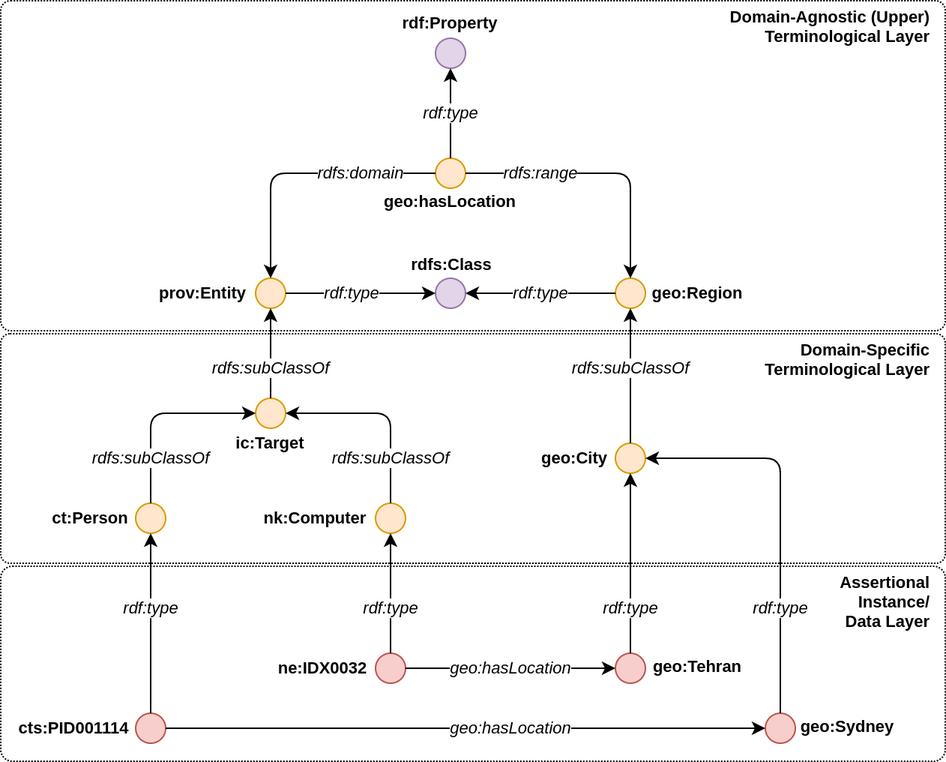
Above: sem_network_v0.png in 0xcfe4f1/dev (draw.io), before the change. Source tidied: cells renumbered, new cells last; positions are measured from the earlier drawing's top-left corner, leaving out a move shared by most shapes.
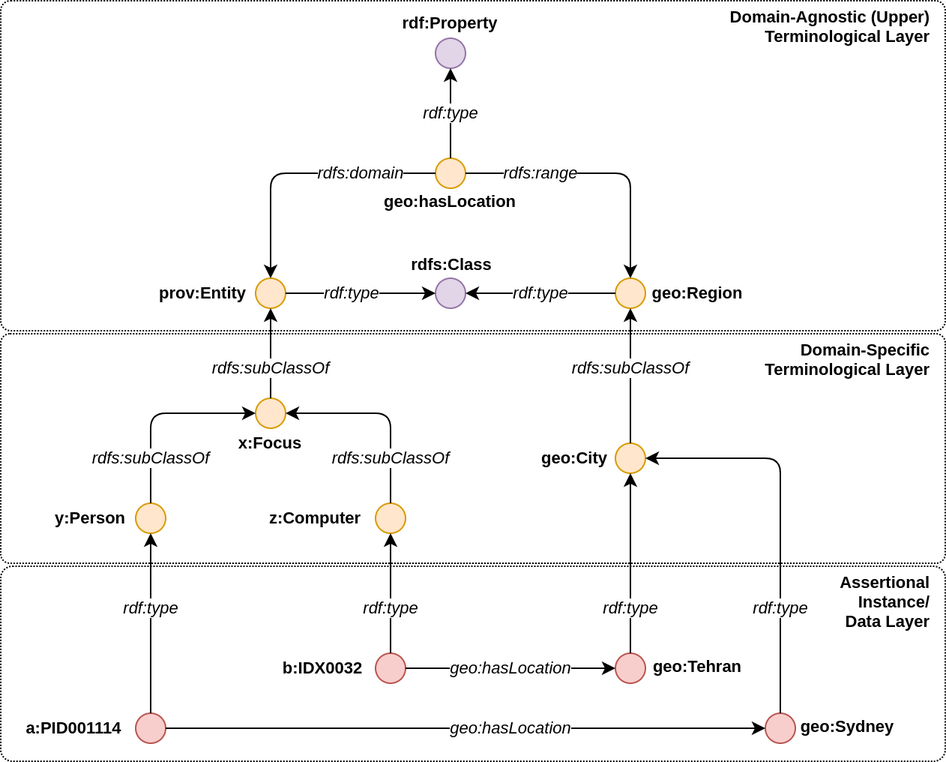
Later version of the same file.

Change to the diagram source:
```diff
@@ -141,19 +141,19 @@
     <mxCell id="39" value="prov:Entity" style="text;html=1;strokeColor=none;fillColor=none;align=center;verticalAlign=middle;whiteSpace=wrap;rounded=0;fontSize=11;fontStyle=1;" parent="1" vertex="1">
       <mxGeometry x="100" y="185" width="70" height="20" as="geometry" />
     </mxCell>
-    <mxCell id="40" value="ic:Target" style="text;html=1;strokeColor=none;fillColor=none;align=center;verticalAlign=middle;whiteSpace=wrap;rounded=0;fontSize=11;fontStyle=1;" parent="1" vertex="1">
+    <mxCell id="40" value="x:Focus" style="text;html=1;strokeColor=none;fillColor=none;align=center;verticalAlign=middle;whiteSpace=wrap;rounded=0;fontSize=11;fontStyle=1;" parent="1" vertex="1">
       <mxGeometry x="145" y="285" width="70" height="20" as="geometry" />
     </mxCell>
-    <mxCell id="41" value="ct:Person" style="text;html=1;strokeColor=none;fillColor=none;align=center;verticalAlign=middle;whiteSpace=wrap;rounded=0;fontSize=11;fontStyle=1;" parent="1" vertex="1">
+    <mxCell id="41" value="y:Person" style="text;html=1;strokeColor=none;fillColor=none;align=center;verticalAlign=middle;whiteSpace=wrap;rounded=0;fontSize=11;fontStyle=1;" parent="1" vertex="1">
       <mxGeometry x="30" y="335" width="60" height="20" as="geometry" />
     </mxCell>
-    <mxCell id="42" value="nk:Computer" style="text;html=1;strokeColor=none;fillColor=none;align=center;verticalAlign=middle;whiteSpace=wrap;rounded=0;fontSize=11;fontStyle=1;" parent="1" vertex="1">
+    <mxCell id="42" value="z:Computer" style="text;html=1;strokeColor=none;fillColor=none;align=center;verticalAlign=middle;whiteSpace=wrap;rounded=0;fontSize=11;fontStyle=1;" parent="1" vertex="1">
       <mxGeometry x="170" y="335" width="80" height="20" as="geometry" />
     </mxCell>
-    <mxCell id="43" value="cts:PID001114" style="text;html=1;strokeColor=none;fillColor=none;align=center;verticalAlign=middle;whiteSpace=wrap;rounded=0;fontSize=11;fontStyle=1;" parent="1" vertex="1">
+    <mxCell id="43" value="a:PID001114" style="text;html=1;strokeColor=none;fillColor=none;align=center;verticalAlign=middle;whiteSpace=wrap;rounded=0;fontSize=11;fontStyle=1;" parent="1" vertex="1">
       <mxGeometry x="9" y="475" width="80" height="20" as="geometry" />
     </mxCell>
-    <mxCell id="44" value="ne:IDX0032" style="text;html=1;strokeColor=none;fillColor=none;align=center;verticalAlign=middle;whiteSpace=wrap;rounded=0;fontSize=11;fontStyle=1;" parent="1" vertex="1">
+    <mxCell id="44" value="b:IDX0032" style="text;html=1;strokeColor=none;fillColor=none;align=center;verticalAlign=middle;whiteSpace=wrap;rounded=0;fontSize=11;fontStyle=1;" parent="1" vertex="1">
       <mxGeometry x="180" y="435" width="70" height="20" as="geometry" />
     </mxCell>
     <mxCell id="45" value="geo:Tehran" style="text;html=1;strokeColor=none;fillColor=none;align=center;verticalAlign=middle;whiteSpace=wrap;rounded=0;fontSize=11;fontStyle=1;" parent="1" vertex="1">
```
